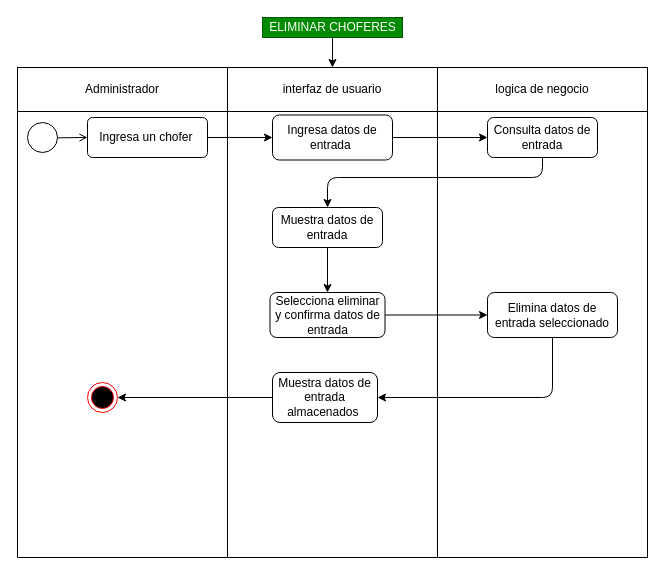
The draw.io diagram Diagramas_Actividad/DAA.14.3.drawio in DavidArtavia/Activity_Diagram-, before the edit. Source tidied: cells renumbered, new cells numbered last; positions are measured from the earlier drawing's top-left corner, leaving out a move shared by most shapes. Both pictures are drawn from the tidied source at 100%, with x=0, y=0 at pixel (17, 17).
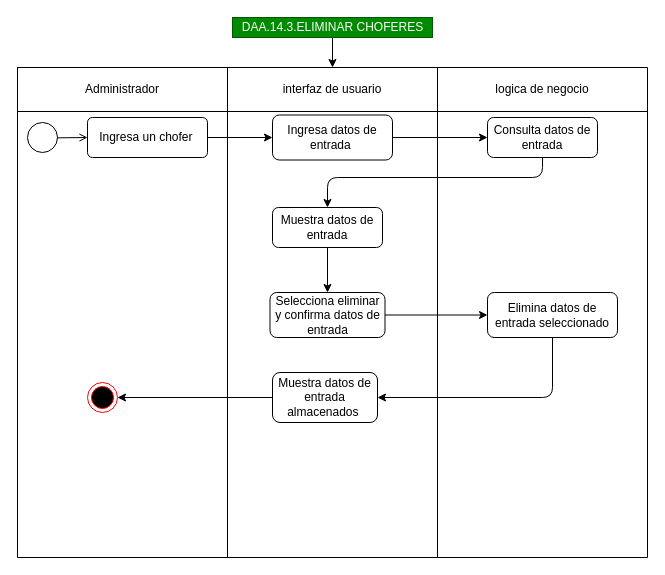
The same diagram, later.

What changed in the source:
```diff
@@
-    <mxCell id="19" value="ELIMINAR CHOFERES" style="text;html=1;align=center;verticalAlign=middle;points=[];rounded=0;fillColor=#008a00;fontColor=#ffffff;strokeColor=#005700;" parent="1" vertex="1">
-      <mxGeometry x="245" width="140" height="20" as="geometry" />
+    <mxCell id="19" value="DAA.14.3.ELIMINAR CHOFERES" style="text;html=1;align=center;verticalAlign=middle;points=[];rounded=0;fillColor=#008a00;fontColor=#ffffff;strokeColor=#005700;" parent="1" vertex="1">
+      <mxGeometry x="215" width="200" height="20" as="geometry" />
     </mxCell>
```
